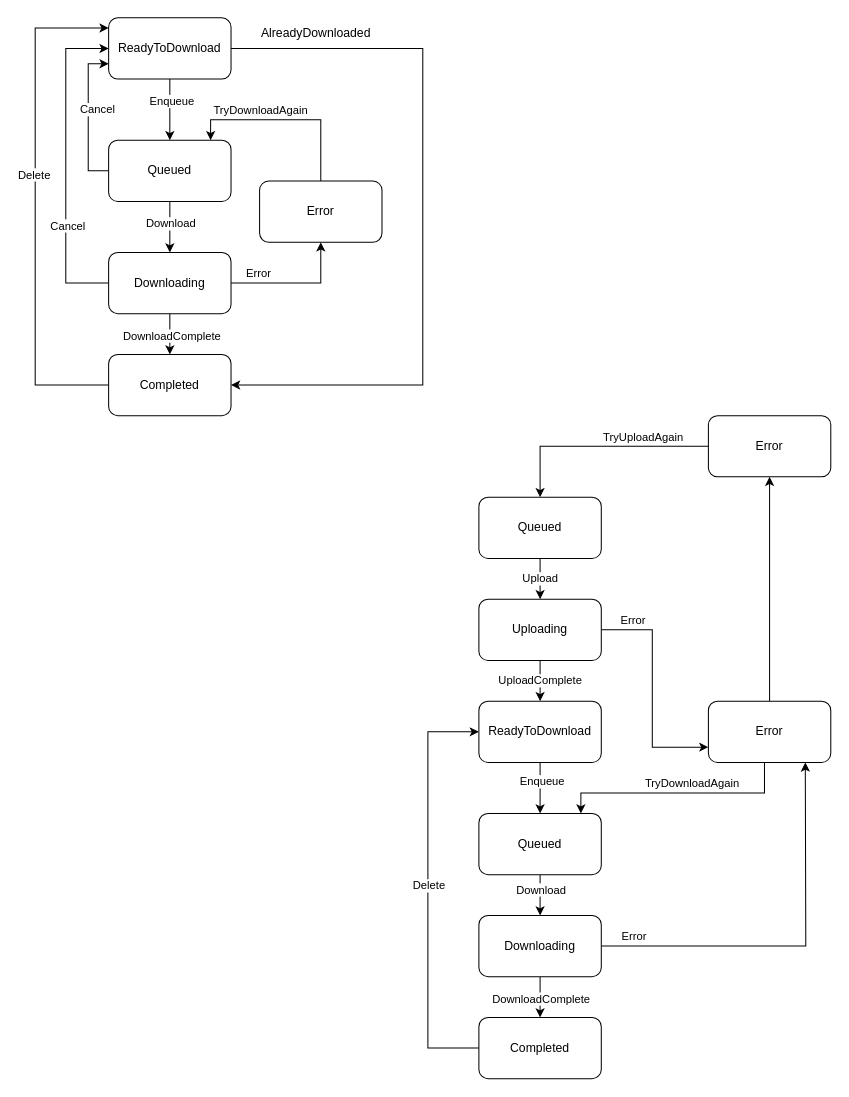
Above: FileTransferStates.drawio in loginovao/Diagrams (draw.io), before the change. Source tidied: cells renumbered, new cells numbered last; positions are measured from the earlier drawing's top-left corner, leaving out a move shared by most shapes. Both pictures are drawn from the tidied source at 102%, with x=0, y=0 at pixel (35, 17).
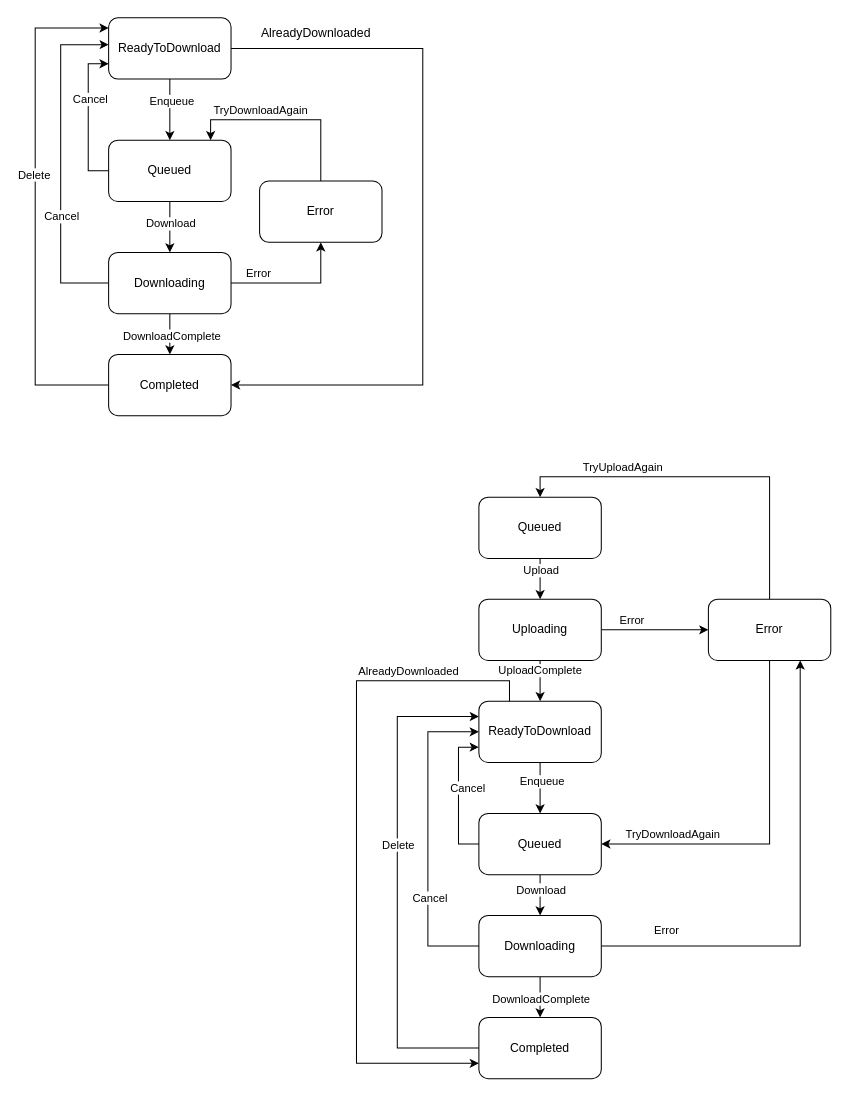
After the change.

Unchanged cells that the change refers to:
```xml
<mxCell id="6" value="ReadyToDownload" style="rounded=1;whiteSpace=wrap;html=1;" parent="2" vertex="1">
  <mxGeometry x="72" width="120" height="60" as="geometry" />
</mxCell>
<mxCell id="9" value="Queued" style="rounded=1;whiteSpace=wrap;html=1;" parent="2" vertex="1">
  <mxGeometry x="72" y="120" width="120" height="60" as="geometry" />
</mxCell>
<mxCell id="14" value="Downloading" style="rounded=1;whiteSpace=wrap;html=1;" parent="2" vertex="1">
  <mxGeometry x="72" y="230" width="120" height="60" as="geometry" />
</mxCell>
<mxCell id="23" value="Queued" style="rounded=1;whiteSpace=wrap;html=1;" parent="21" vertex="1">
  <mxGeometry x="435" y="470" width="120" height="60" as="geometry" />
</mxCell>
<mxCell id="27" value="Uploading" style="rounded=1;whiteSpace=wrap;html=1;" parent="21" vertex="1">
  <mxGeometry x="435" y="570" width="120" height="60" as="geometry" />
</mxCell>
<mxCell id="30" value="ReadyToDownload" style="rounded=1;whiteSpace=wrap;html=1;" parent="21" vertex="1">
  <mxGeometry x="435" y="670" width="120" height="60" as="geometry" />
</mxCell>
<mxCell id="33" value="Queued" style="rounded=1;whiteSpace=wrap;html=1;" parent="21" vertex="1">
  <mxGeometry x="435" y="780" width="120" height="60" as="geometry" />
</mxCell>
<mxCell id="38" value="Downloading" style="rounded=1;whiteSpace=wrap;html=1;" parent="21" vertex="1">
  <mxGeometry x="435" y="880" width="120" height="60" as="geometry" />
</mxCell>
<mxCell id="41" value="Completed" style="rounded=1;whiteSpace=wrap;html=1;" parent="21" vertex="1">
  <mxGeometry x="435" y="980" width="120" height="60" as="geometry" />
</mxCell>
```

What changed in the source:
```diff
@@
+    <mxCell id="50" style="edgeStyle=orthogonalEdgeStyle;rounded=0;jettySize=auto;html=1;exitX=0;exitY=0.5;exitDx=0;exitDy=0;entryX=0;entryY=0.75;entryDx=0;entryDy=0;" parent="2" edge="1" source="9" target="6">
+      <mxGeometry relative="1" as="geometry" />
+    </mxCell>
+    <mxCell id="54" value="Cancel" style="edgeLabel;html=1;align=center;verticalAlign=middle;" parent="50" vertex="1">
+      <mxGeometry x="0.25" y="-1" relative="1" as="geometry" />
+    </mxCell>
@@
+    <mxCell id="52" style="edgeStyle=orthogonalEdgeStyle;rounded=0;jettySize=auto;html=1;exitX=0;exitY=0.5;exitDx=0;exitDy=0;entryX=0.001;entryY=0.438;entryDx=0;entryDy=0;entryPerimeter=0;" parent="2" edge="1" source="14" target="6">
+      <mxGeometry relative="1" as="geometry">
+        <Array as="points">
+          <mxPoint x="25" y="260" />
+          <mxPoint x="25" y="26" />
+        </Array>
+      </mxGeometry>
+    </mxCell>
+    <mxCell id="55" value="Cancel" style="edgeLabel;html=1;align=center;verticalAlign=middle;" parent="52" vertex="1">
+      <mxGeometry x="-0.31" relative="1" as="geometry" />
+    </mxCell>
@@
+    <mxCell id="49" value="AlreadyDownloaded" style="text;html=1;align=center;verticalAlign=middle;strokeColor=none;fillColor=none;" parent="2" vertex="1">
+      <mxGeometry x="210" width="130" height="30" as="geometry" />
+    </mxCell>
+    <mxCell id="56" style="edgeStyle=orthogonalEdgeStyle;rounded=0;jettySize=auto;html=1;exitX=0.5;exitY=1;exitDx=0;exitDy=0;entryX=0.5;entryY=0;entryDx=0;entryDy=0;" parent="2" edge="1" source="23" target="27">
+      <mxGeometry relative="1" as="geometry" />
+    </mxCell>
+    <mxCell id="22" value="Upload" style="edgeLabel;html=1;align=center;verticalAlign=middle;" parent="56" vertex="1">
+      <mxGeometry x="-0.43" relative="1" as="geometry" />
+    </mxCell>
+    <mxCell id="57" style="edgeStyle=orthogonalEdgeStyle;rounded=0;jettySize=auto;html=1;exitX=0.25;exitY=0;exitDx=0;exitDy=0;entryX=0;entryY=0.75;entryDx=0;entryDy=0;" parent="2" edge="1" source="30" target="41">
+      <mxGeometry relative="1" as="geometry">
+        <Array as="points">
+          <mxPoint x="465" y="650" />
+          <mxPoint x="315" y="650" />
+          <mxPoint x="315" y="1025" />
+        </Array>
+      </mxGeometry>
+    </mxCell>
+    <mxCell id="58" value="AlreadyDownloaded" style="edgeLabel;html=1;align=center;verticalAlign=middle;" parent="57" vertex="1">
+      <mxGeometry x="0.14" y="-2" relative="1" as="geometry">
+        <mxPoint x="52" y="-219" as="offset" />
+      </mxGeometry>
+    </mxCell>
@@
-    <mxCell id="22" value="Upload" style="edgeStyle=orthogonalEdgeStyle;rounded=0;jettySize=auto;html=1;" parent="21" edge="1" source="23" target="27">
-      <mxGeometry relative="1" as="geometry" />
-    </mxCell>
@@
     <mxCell id="24" value="UploadComplete" style="edgeStyle=orthogonalEdgeStyle;rounded=0;jettySize=auto;html=1;entryX=0.5;entryY=0;entryDx=0;entryDy=0;" parent="21" edge="1" source="27" target="30">
-      <mxGeometry relative="1" as="geometry" />
+      <mxGeometry x="-0.5" relative="1" as="geometry" />
     </mxCell>
-    <mxCell id="25" style="edgeStyle=orthogonalEdgeStyle;rounded=0;jettySize=auto;html=1;entryX=0;entryY=0.75;entryDx=0;entryDy=0;" parent="21" edge="1" source="27" target="45">
-      <mxGeometry relative="1" as="geometry">
-        <Array as="points">
-          <mxPoint x="605" y="600" />
-          <mxPoint x="605" y="715" />
-        </Array>
-      </mxGeometry>
+    <mxCell id="25" style="edgeStyle=orthogonalEdgeStyle;rounded=0;jettySize=auto;html=1;entryX=0;entryY=0.5;entryDx=0;entryDy=0;" parent="21" edge="1" source="27" target="45">
+      <mxGeometry relative="1" as="geometry" />
     </mxCell>
     <mxCell id="26" value="Error" style="edgeLabel;html=1;align=center;verticalAlign=middle;" parent="25" vertex="1">
       <mxGeometry x="-0.67" y="-1" relative="1" as="geometry">
-        <mxPoint x="-6" y="-11" as="offset" />
+        <mxPoint x="12" y="-11" as="offset" />
       </mxGeometry>
     </mxCell>
@@
-    <mxCell id="36" style="edgeStyle=orthogonalEdgeStyle;rounded=0;jettySize=auto;html=1;exitX=1;exitY=0.5;exitDx=0;exitDy=0;" parent="21" edge="1" source="38">
-      <mxGeometry relative="1" as="geometry">
-        <mxPoint x="755" y="730" as="targetPoint" />
-      </mxGeometry>
+    <mxCell id="36" style="edgeStyle=orthogonalEdgeStyle;rounded=0;jettySize=auto;html=1;exitX=1;exitY=0.5;exitDx=0;exitDy=0;entryX=0.75;entryY=1;entryDx=0;entryDy=0;" parent="21" edge="1" source="38" target="45">
+      <mxGeometry relative="1" as="geometry" />
     </mxCell>
@@
-    <mxCell id="39" style="edgeStyle=orthogonalEdgeStyle;rounded=0;jettySize=auto;html=1;exitX=0;exitY=0.5;exitDx=0;exitDy=0;entryX=0;entryY=0.5;entryDx=0;entryDy=0;" parent="21" edge="1" source="41" target="30">
+    <mxCell id="39" style="edgeStyle=orthogonalEdgeStyle;rounded=0;jettySize=auto;html=1;exitX=0;exitY=0.5;exitDx=0;exitDy=0;entryX=0;entryY=0.25;entryDx=0;entryDy=0;" parent="21" edge="1" source="41" target="30">
       <mxGeometry relative="1" as="geometry">
         <Array as="points">
-          <mxPoint x="385" y="1010" />
-          <mxPoint x="385" y="700" />
+          <mxPoint x="355" y="1010" />
+          <mxPoint x="355" y="685" />
         </Array>
       </mxGeometry>
     </mxCell>
     <mxCell id="40" value="Delete" style="edgeLabel;html=1;align=center;verticalAlign=middle;" parent="39" vertex="1">
       <mxGeometry x="-0.15" y="2" relative="1" as="geometry">
-        <mxPoint x="2" y="-36" as="offset" />
+        <mxPoint x="2" y="-74" as="offset" />
       </mxGeometry>
     </mxCell>
@@
-    <mxCell id="42" style="edgeStyle=orthogonalEdgeStyle;rounded=0;jettySize=auto;html=1;entryX=0.833;entryY=0;entryDx=0;entryDy=0;entryPerimeter=0;" parent="21" edge="1" source="45" target="33">
+    <mxCell id="42" style="edgeStyle=orthogonalEdgeStyle;rounded=0;jettySize=auto;html=1;entryX=1;entryY=0.5;entryDx=0;entryDy=0;exitX=0.5;exitY=1;exitDx=0;exitDy=0;" parent="21" edge="1" source="45" target="33">
       <mxGeometry relative="1" as="geometry">
         <Array as="points">
-          <mxPoint x="715" y="760" />
-          <mxPoint x="535" y="760" />
+          <mxPoint x="720" y="810" />
         </Array>
       </mxGeometry>
     </mxCell>
     <mxCell id="43" value="TryDownloadAgain" style="edgeLabel;html=1;align=center;verticalAlign=middle;" parent="42" vertex="1">
       <mxGeometry x="0.36" y="1" relative="1" as="geometry">
-        <mxPoint x="54" y="-11" as="offset" />
+        <mxPoint x="-41" y="-11" as="offset" />
       </mxGeometry>
     </mxCell>
-    <mxCell id="44" style="edgeStyle=orthogonalEdgeStyle;rounded=0;jettySize=auto;html=1;" parent="21" edge="1" source="45" target="48">
-      <mxGeometry relative="1" as="geometry" />
-    </mxCell>
     <mxCell id="45" value="Error" style="rounded=1;whiteSpace=wrap;html=1;" parent="21" vertex="1">
-      <mxGeometry x="660" y="670" width="120" height="60" as="geometry" />
+      <mxGeometry x="660" y="570" width="120" height="60" as="geometry" />
     </mxCell>
-    <mxCell id="46" style="edgeStyle=orthogonalEdgeStyle;rounded=0;jettySize=auto;html=1;entryX=0.5;entryY=0;entryDx=0;entryDy=0;" parent="21" edge="1" source="48" target="23">
+    <mxCell id="46" style="edgeStyle=orthogonalEdgeStyle;rounded=0;jettySize=auto;html=1;entryX=0.5;entryY=0;entryDx=0;entryDy=0;exitX=0.5;exitY=0;exitDx=0;exitDy=0;" parent="21" edge="1" source="45" target="23">
       <mxGeometry relative="1" as="geometry" />
     </mxCell>
     <mxCell id="47" value="TryUploadAgain" style="edgeLabel;html=1;align=center;verticalAlign=middle;" parent="46" vertex="1">
       <mxGeometry x="-0.5" y="-2" relative="1" as="geometry">
-        <mxPoint x="-11" y="-8" as="offset" />
+        <mxPoint x="-147" y="-39" as="offset" />
       </mxGeometry>
     </mxCell>
-    <mxCell id="48" value="Error" style="rounded=1;whiteSpace=wrap;html=1;" parent="21" vertex="1">
-      <mxGeometry x="660" y="390" width="120" height="60" as="geometry" />
-    </mxCell>
-    <mxCell id="49" value="AlreadyDownloaded" style="text;html=1;align=center;verticalAlign=middle;strokeColor=none;fillColor=none;" parent="21" vertex="1">
-      <mxGeometry x="210" width="130" height="30" as="geometry" />
-    </mxCell>
-    <mxCell id="50" style="edgeStyle=orthogonalEdgeStyle;rounded=0;jettySize=auto;html=1;entryX=0;entryY=0.75;entryDx=0;entryDy=0;exitX=0;exitY=0.5;exitDx=0;exitDy=0;" parent="21" edge="1" source="9" target="6">
-      <mxGeometry relative="1" as="geometry" />
-    </mxCell>
-    <mxCell id="51" value="Cancel" style="edgeLabel;html=1;align=center;verticalAlign=middle;" parent="50" vertex="1">
-      <mxGeometry x="-0.15" y="1" relative="1" as="geometry">
-        <mxPoint x="9" y="-19" as="offset" />
-      </mxGeometry>
-    </mxCell>
-    <mxCell id="52" style="edgeStyle=orthogonalEdgeStyle;rounded=0;jettySize=auto;html=1;entryX=0;entryY=0.5;entryDx=0;entryDy=0;exitX=0;exitY=0.5;exitDx=0;exitDy=0;" parent="21" edge="1" source="14" target="6">
-      <mxGeometry relative="1" as="geometry">
-        <Array as="points">
-          <mxPoint x="30" y="260" />
-          <mxPoint x="30" y="30" />
-        </Array>
-      </mxGeometry>
-    </mxCell>
-    <mxCell id="53" value="Cancel" style="edgeLabel;html=1;align=center;verticalAlign=middle;" parent="52" vertex="1">
-      <mxGeometry x="-0.37" y="-1" relative="1" as="geometry" />
-    </mxCell>
+    <mxCell id="59" style="edgeStyle=orthogonalEdgeStyle;rounded=0;jettySize=auto;html=1;entryX=0;entryY=0.75;entryDx=0;entryDy=0;" parent="21" edge="1" target="30">
+      <mxGeometry relative="1" as="geometry">
+        <mxPoint x="435" y="810" as="sourcePoint" />
+        <Array as="points">
+          <mxPoint x="415" y="810" />
+          <mxPoint x="415" y="715" />
+        </Array>
+      </mxGeometry>
+    </mxCell>
+    <mxCell id="60" value="Cancel" style="edgeLabel;html=1;align=center;verticalAlign=middle;" parent="59" vertex="1">
+      <mxGeometry x="-0.15" y="1" relative="1" as="geometry">
+        <mxPoint x="9" y="-19" as="offset" />
+      </mxGeometry>
+    </mxCell>
+    <mxCell id="61" style="edgeStyle=orthogonalEdgeStyle;rounded=0;jettySize=auto;html=1;entryX=0;entryY=0.5;entryDx=0;entryDy=0;exitX=0;exitY=0.5;exitDx=0;exitDy=0;" parent="21" edge="1" source="38" target="30">
+      <mxGeometry relative="1" as="geometry">
+        <Array as="points">
+          <mxPoint x="385" y="910" />
+          <mxPoint x="385" y="700" />
+        </Array>
+      </mxGeometry>
+    </mxCell>
+    <mxCell id="62" value="Cancel" style="edgeLabel;html=1;align=center;verticalAlign=middle;" parent="61" vertex="1">
+      <mxGeometry x="-0.37" y="-1" relative="1" as="geometry" />
+    </mxCell>
```
